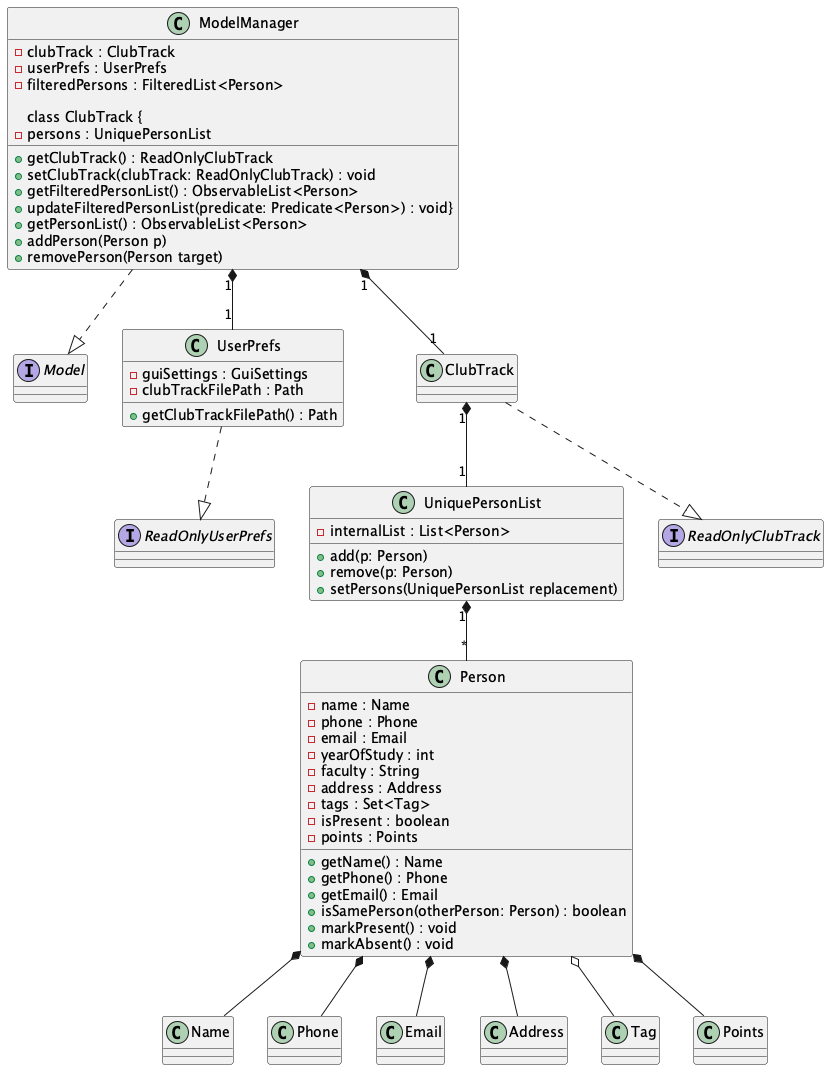
Earlier version of the PlantUML export docs/diagrams/ModelClassDiagram.png (javierchuaby/tp).
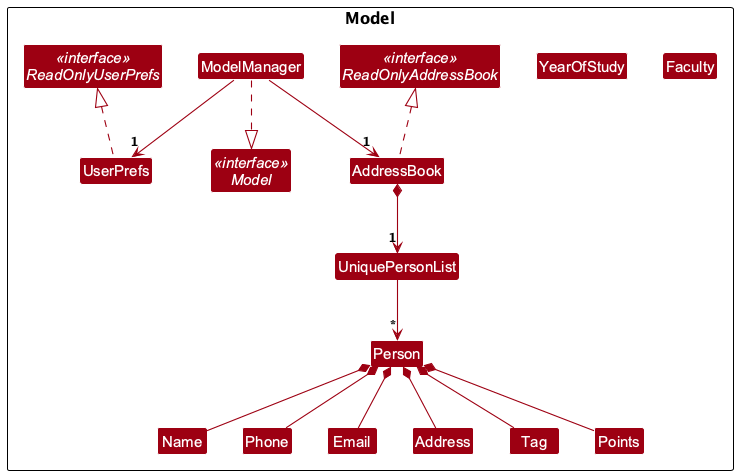
Later version of the same file.

Commit message:
Amend model class diagram to be simpler

Change to the diagram source:
```diff
@@ -1,78 +1,77 @@
 @startuml
+!include style.puml
+skinparam arrowThickness 1.1
+skinparam arrowColor MODEL_COLOR
+skinparam classBackgroundColor MODEL_COLOR
 
 
-interface Model
+package Model {
+	interface "<<interface>>\nModel" as Model
+	interface "<<interface>>\nReadOnlyAddressBook" as ReadOnlyAddressBook
+	interface "<<interface>>\nReadOnlyUserPrefs" as ReadOnlyUserPrefs
 
-class ModelManager {
-- clubTrack : ClubTrack
-- userPrefs : UserPrefs
-- filteredPersons : FilteredList<Person>
-+ getClubTrack() : ReadOnlyClubTrack
-+ setClubTrack(clubTrack: ReadOnlyClubTrack) : void
-+ getFilteredPersonList() : ObservableList<Person>
-+ updateFilteredPersonList(predicate: Predicate<Person>) : void}
+	class AddressBook {
+		- persons : UniquePersonList
+		+ getPersonList() : ObservableList<Person>
+	}
 
-class ClubTrack {
-- persons : UniquePersonList
-+ getPersonList() : ObservableList<Person>
-+ addPerson(Person p)
-+ removePerson(Person target)
+	class ModelManager {
+		- addressBook : AddressBook
+		- userPrefs : UserPrefs
+		- filteredPersons : FilteredList<Person>
+		+ getFilteredPersonList() : ObservableList<Person>
+		+ updateFilteredPersonList(p : Predicate<Person>) : void
+	}
+
+	class UserPrefs {
+		- guiSettings : GuiSettings
+		- addressBookFilePath : Path
+		+ getAddressBookFilePath() : Path
+	}
+
+	class UniquePersonList {
+		- internalList : List<Person>
+		+ add(p : Person)
+		+ remove(p : Person)
+	}
+
+	class Person {
+		- name : Name
+		- phone : Phone
+		- email : Email
+		- address : Address
+		- yearOfStudy : int
+		- faculty : String
+		- tags : Set<Tag>
+		- isPresent : boolean
+		- points : Points
+		+ getName() : Name
+		+ getPoints() : Points
+	}
+
+	class Name
+	class Phone
+	class Email
+	class Address
+	class Tag
+	class YearOfStudy
+	class Faculty
+	class Points
+
+	ModelManager ..|> Model
+	AddressBook .up.|> ReadOnlyAddressBook
+	UserPrefs .up.|> ReadOnlyUserPrefs
+
+	ModelManager --> "1" AddressBook
+	ModelManager --> "1" UserPrefs
+	AddressBook *--> "1" UniquePersonList
+	UniquePersonList --> "*" Person
+	Person *-- Name
+	Person *-- Phone
+	Person *-- Email
+	Person *-- Address
+	Person *-- Points
+	Person *-- Tag
 }
 
-class UniquePersonList {
-- internalList : List<Person>
-+ add(p: Person)
-+ remove(p: Person)
-+ setPersons(UniquePersonList replacement)
-}
-
-class Person {
-- name : Name
-- phone : Phone
-- email : Email
-- yearOfStudy : int
-- faculty : String
-- address : Address
-- tags : Set<Tag>
-- isPresent : boolean
-- points : Points
-+ getName() : Name
-+ getPhone() : Phone
-+ getEmail() : Email
-+ isSamePerson(otherPerson: Person) : boolean
-+ markPresent() : void
-+ markAbsent() : void
-}
-
-class UserPrefs {
-- guiSettings : GuiSettings
-- clubTrackFilePath : Path
-+ getClubTrackFilePath() : Path
-}
-
-class Name
-class Phone
-class Email
-class Address
-class Tag
-class Points
-
-interface ReadOnlyClubTrack
-interface ReadOnlyUserPrefs
-
-ModelManager ..|> Model
-ClubTrack ..|> ReadOnlyClubTrack
-UserPrefs ..|> ReadOnlyUserPrefs
-
-ModelManager "1" *-- "1" ClubTrack
-ModelManager "1" *-- "1" UserPrefs
-ClubTrack "1" *-- "1" UniquePersonList
-UniquePersonList "1" *-- "*" Person
-Person *-- Name
-Person *-- Phone
-Person *-- Email
-Person *-- Address
-Person *-- Points
-Person o-- Tag
-
 @enduml
```
